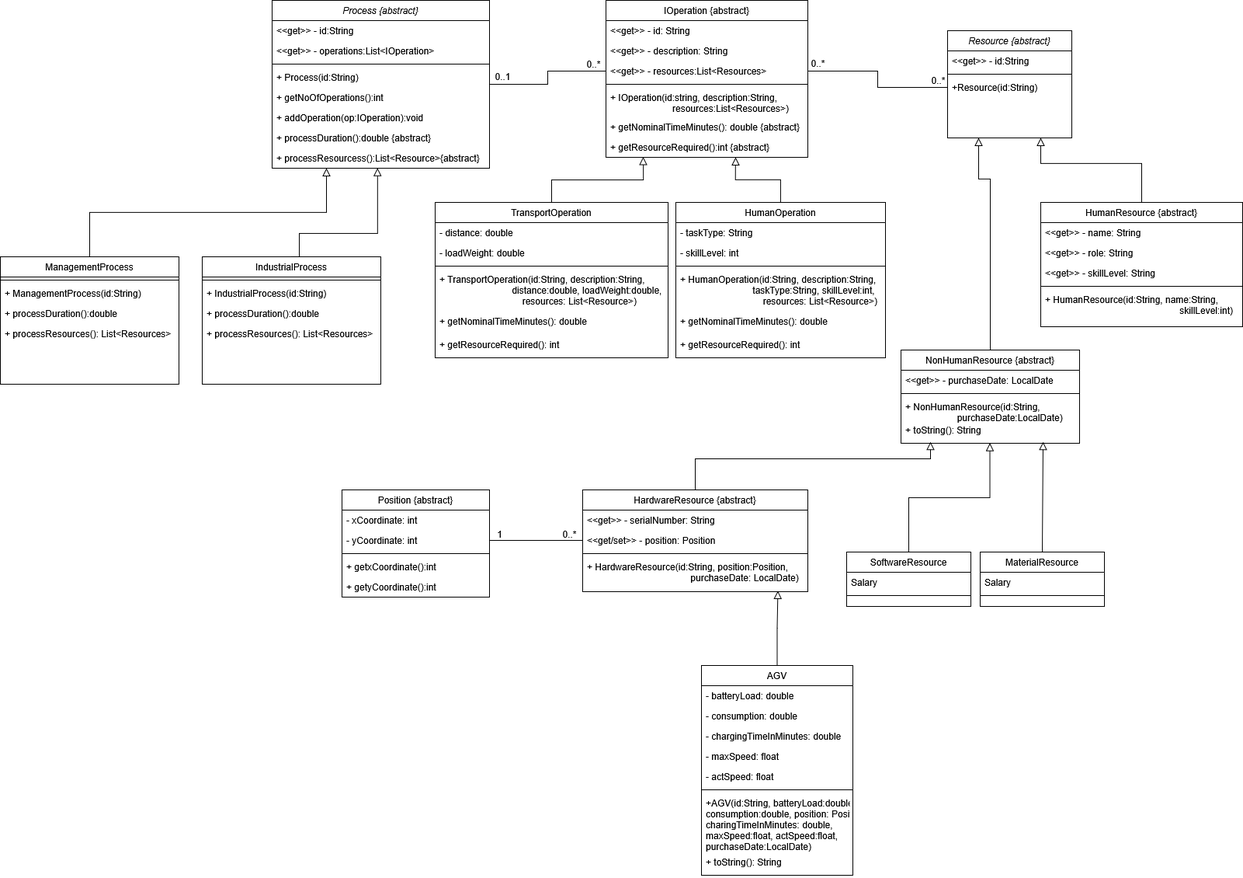
Before: src/SelfAssignment3/UML-SA.drawio.png, a diagram exported from draw.io (Lennart2410/FH---MDT-Compact-Programming-Course). Source tidied: cells renumbered, new cells last; positions are measured from the earlier drawing's top-left corner, leaving out a move shared by most shapes.
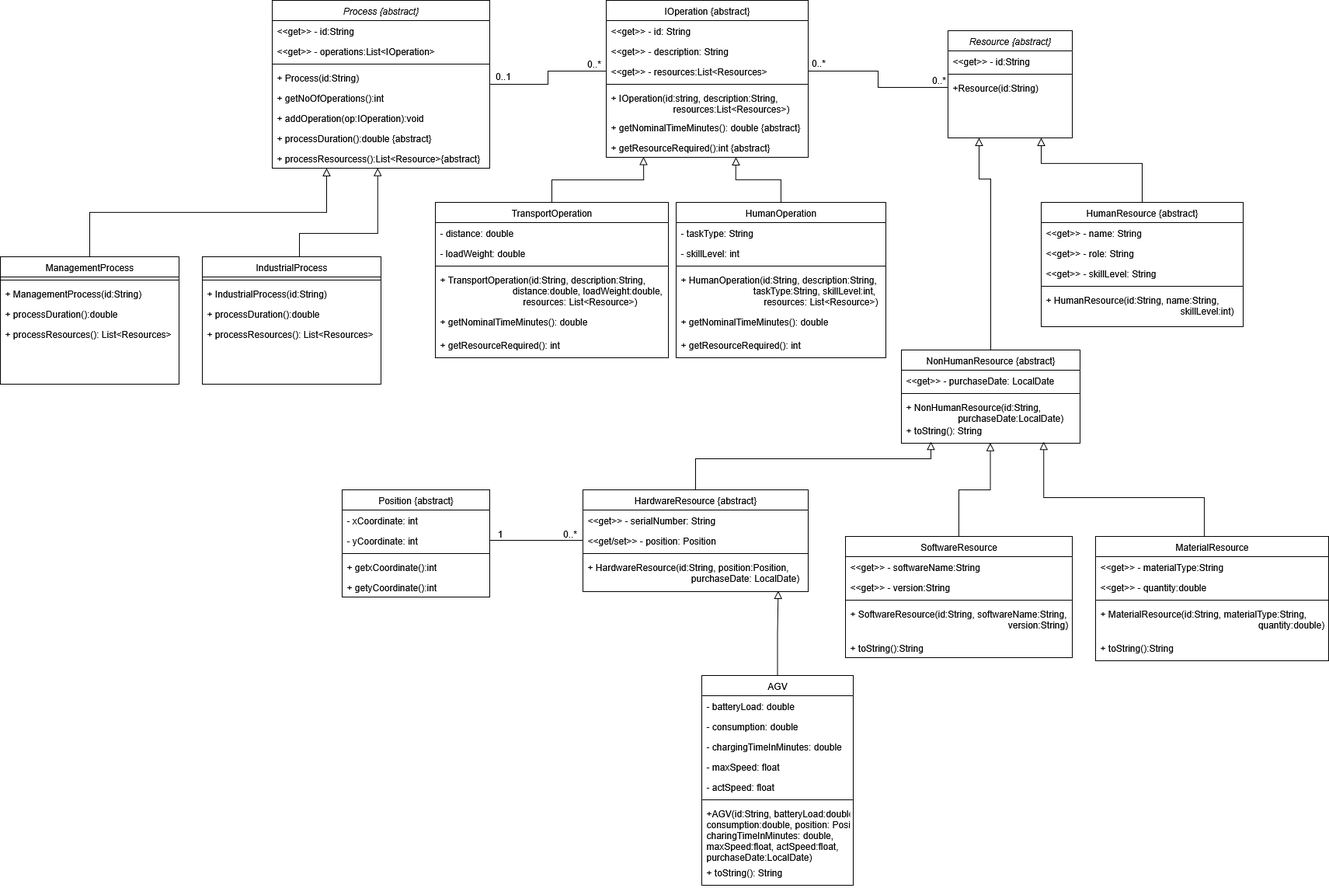
After the commit.

Commit message:
Added new classes to the UML

What changed in the source:
```diff
@@ -41,25 +41,34 @@
     <mxCell id="14" style="edgeStyle=orthogonalEdgeStyle;rounded=0;jettySize=auto;html=1;exitX=0.5;exitY=0;exitDx=0;exitDy=0;entryX=0.797;entryY=0.938;entryDx=0;entryDy=0;fontSize=12;startSize=8;endSize=8;endArrow=block;endFill=0;entryPerimeter=0;" parent="1" edge="1" source="15" target="48">
       <mxGeometry relative="1" as="geometry">
         <Array as="points">
-          <mxPoint x="1343" y="710" />
-          <mxPoint x="1343" y="568" />
+          <mxPoint x="1550" y="640" />
+          <mxPoint x="1343" y="640" />
         </Array>
       </mxGeometry>
     </mxCell>
     <mxCell id="15" value="MaterialResource" style="swimlane;fontStyle=0;align=center;verticalAlign=top;horizontal=1;startSize=26;rounded=0;shadow=0;strokeWidth=1;" parent="1" vertex="1">
-      <mxGeometry x="1262" y="710" width="160" height="70" as="geometry" />
+      <mxGeometry x="1410" y="690" width="300" height="160" as="geometry" />
     </mxCell>
-    <mxCell id="16" value="Salary" style="text;align=left;verticalAlign=top;spacingLeft=4;spacingRight=4;overflow=hidden;" parent="15" vertex="1">
-      <mxGeometry y="26" width="160" height="26" as="geometry" />
-    </mxCell>
+    <mxCell id="103" value="&lt;&lt;get&gt;&gt; - materialType:String" style="text;align=left;verticalAlign=top;spacingLeft=4;spacingRight=4;overflow=hidden;" parent="15" vertex="1">
+      <mxGeometry y="26" width="300" height="26" as="geometry" />
+    </mxCell>
+    <mxCell id="104" value="&lt;&lt;get&gt;&gt; - quantity:double" style="text;align=left;verticalAlign=top;spacingLeft=4;spacingRight=4;overflow=hidden;" parent="15" vertex="1">
+      <mxGeometry y="52" width="300" height="26" as="geometry" />
+    </mxCell>
     <mxCell id="17" style="line;html=1;strokeWidth=1;align=left;verticalAlign=middle;spacingTop=-1;spacingLeft=3;spacingRight=3;labelPosition=right;" parent="15" vertex="1">
-      <mxGeometry y="52" width="160" height="8" as="geometry" />
+      <mxGeometry y="78" width="300" height="8" as="geometry" />
     </mxCell>
+    <mxCell id="105" value="+ MaterialResource(id:String, materialType:String, &#10;                                                             quantity:double)" style="text;align=left;verticalAlign=top;spacingLeft=4;spacingRight=4;overflow=hidden;" parent="15" vertex="1">
+      <mxGeometry y="86" width="300" height="44" as="geometry" />
+    </mxCell>
+    <mxCell id="106" value="+ toString():String" style="text;align=left;verticalAlign=top;spacingLeft=4;spacingRight=4;overflow=hidden;" parent="15" vertex="1">
+      <mxGeometry y="130" width="300" height="26" as="geometry" />
+    </mxCell>
     <mxCell id="18" style="edgeStyle=orthogonalEdgeStyle;rounded=0;jettySize=auto;html=1;exitX=0.5;exitY=0;exitDx=0;exitDy=0;fontSize=12;startSize=8;endSize=8;endArrow=block;endFill=0;entryX=0.867;entryY=0.997;entryDx=0;entryDy=0;entryPerimeter=0;" parent="1" edge="1" source="19" target="54">
       <mxGeometry relative="1" as="geometry" />
     </mxCell>
     <mxCell id="19" value="AGV" style="swimlane;fontStyle=0;align=center;verticalAlign=top;horizontal=1;startSize=26;rounded=0;shadow=0;strokeWidth=1;" parent="1" vertex="1">
-      <mxGeometry x="903" y="856" width="195" height="270" as="geometry" />
+      <mxGeometry x="903" y="869" width="195" height="270" as="geometry" />
     </mxCell>
     <mxCell id="20" value="- batteryLoad: double" style="text;align=left;verticalAlign=top;spacingLeft=4;spacingRight=4;overflow=hidden;" parent="19" vertex="1">
       <mxGeometry y="26" width="195" height="26" as="geometry" />
@@ -129,14 +138,23 @@
       <mxGeometry relative="1" as="geometry" />
     </mxCell>
     <mxCell id="41" value="SoftwareResource" style="swimlane;fontStyle=0;align=center;verticalAlign=top;horizontal=1;startSize=26;rounded=0;shadow=0;strokeWidth=1;" parent="1" vertex="1">
-      <mxGeometry x="1090" y="710" width="160" height="70" as="geometry" />
+      <mxGeometry x="1088" y="690" width="292" height="156" as="geometry" />
     </mxCell>
-    <mxCell id="42" value="Salary" style="text;align=left;verticalAlign=top;spacingLeft=4;spacingRight=4;overflow=hidden;" parent="41" vertex="1">
-      <mxGeometry y="26" width="160" height="26" as="geometry" />
+    <mxCell id="42" value="&lt;&lt;get&gt;&gt; - softwareName:String" style="text;align=left;verticalAlign=top;spacingLeft=4;spacingRight=4;overflow=hidden;" parent="41" vertex="1">
+      <mxGeometry y="26" width="292" height="26" as="geometry" />
     </mxCell>
+    <mxCell id="107" value="&lt;&lt;get&gt;&gt; - version:String" style="text;align=left;verticalAlign=top;spacingLeft=4;spacingRight=4;overflow=hidden;" parent="41" vertex="1">
+      <mxGeometry y="52" width="292" height="26" as="geometry" />
+    </mxCell>
     <mxCell id="43" style="line;html=1;strokeWidth=1;align=left;verticalAlign=middle;spacingTop=-1;spacingLeft=3;spacingRight=3;labelPosition=right;" parent="41" vertex="1">
-      <mxGeometry y="52" width="160" height="8" as="geometry" />
+      <mxGeometry y="78" width="292" height="8" as="geometry" />
     </mxCell>
+    <mxCell id="108" value="+ SoftwareResource(id:String, softwareName:String, &#10;                                                             version:String)" style="text;align=left;verticalAlign=top;spacingLeft=4;spacingRight=4;overflow=hidden;" parent="41" vertex="1">
+      <mxGeometry y="86" width="292" height="44" as="geometry" />
+    </mxCell>
+    <mxCell id="109" value="+ toString():String" style="text;align=left;verticalAlign=top;spacingLeft=4;spacingRight=4;overflow=hidden;" parent="41" vertex="1">
+      <mxGeometry y="130" width="292" height="26" as="geometry" />
+    </mxCell>
     <mxCell id="44" value="NonHumanResource {abstract}" style="swimlane;fontStyle=0;align=center;verticalAlign=top;horizontal=1;startSize=26;rounded=0;shadow=0;strokeWidth=1;" parent="1" vertex="1">
       <mxGeometry x="1160" y="450" width="230" height="120" as="geometry" />
     </mxCell>
```
